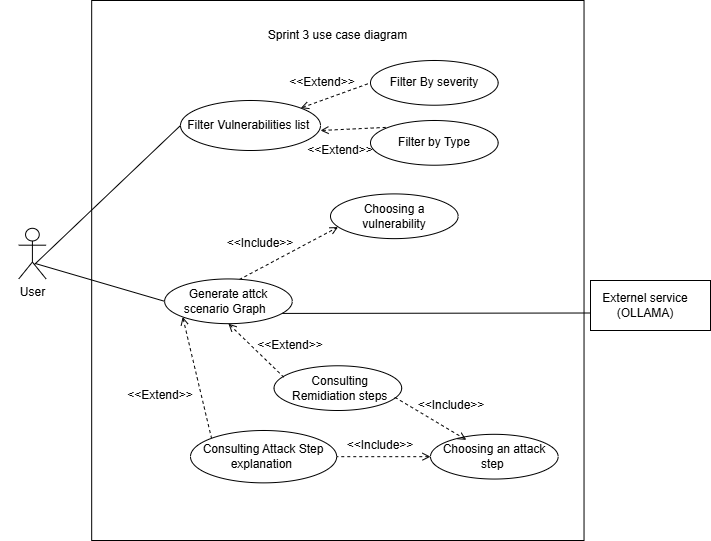
Before: uploads/diagrams/sprint3 usecase.drawio.png, a diagram exported from draw.io (guizanimohamed23/report). Source tidied: cells renumbered, new cells last; positions are measured from the earlier drawing's top-left corner, leaving out a move shared by most shapes.
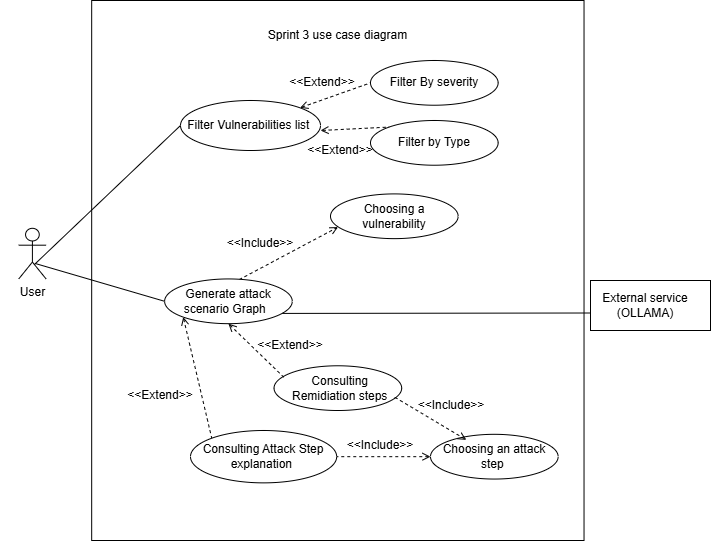
The same file after the commit.

Change to the diagram source:
```diff
@@ -23,7 +23,7 @@
     <mxCell id="8" style="endArrow=none;html=1;rounded=0;exitX=0;exitY=1;exitDx=0;exitDy=0;dashed=1;entryX=0;entryY=0;entryDx=0;entryDy=0;endFill=0;startArrow=open;startFill=0;" parent="2" edge="1" source="9" target="11">
       <mxGeometry relative="1" as="geometry" />
     </mxCell>
-    <mxCell id="9" value="Generate attck scenario Graph&amp;nbsp;&amp;nbsp;" style="ellipse;whiteSpace=wrap;html=1;" parent="2" vertex="1">
+    <mxCell id="9" value="Generate attack scenario Graph&amp;nbsp;&amp;nbsp;" style="ellipse;whiteSpace=wrap;html=1;" parent="2" vertex="1">
       <mxGeometry x="164.1" y="278.4" width="127.6" height="44.7" as="geometry" />
     </mxCell>
     <mxCell id="10" value="Choosing a vulnerability" style="ellipse;whiteSpace=wrap;html=1;" parent="2" vertex="1">
@@ -91,7 +91,7 @@
     <mxCell id="30" style="rounded=0;whiteSpace=wrap;html=1;" parent="1" vertex="1">
       <mxGeometry x="590" y="280" width="120" height="50" as="geometry" />
     </mxCell>
-    <mxCell id="31" value="Externel service&lt;div&gt;(OLLAMA)&lt;/div&gt;" style="text;html=1;whiteSpace=wrap;strokeColor=none;fillColor=none;align=center;verticalAlign=middle;rounded=0;" parent="1" vertex="1">
+    <mxCell id="31" value="External service&lt;div&gt;(OLLAMA)&lt;/div&gt;" style="text;html=1;whiteSpace=wrap;strokeColor=none;fillColor=none;align=center;verticalAlign=middle;rounded=0;" parent="1" vertex="1">
       <mxGeometry x="590" y="290" width="110" height="30" as="geometry" />
     </mxCell>
     <mxCell id="32" style="edgeStyle=orthogonalEdgeStyle;rounded=0;orthogonalLoop=1;jettySize=auto;html=1;exitX=0.5;exitY=1;exitDx=0;exitDy=0;" parent="1" edge="1" source="31" target="31">
```
